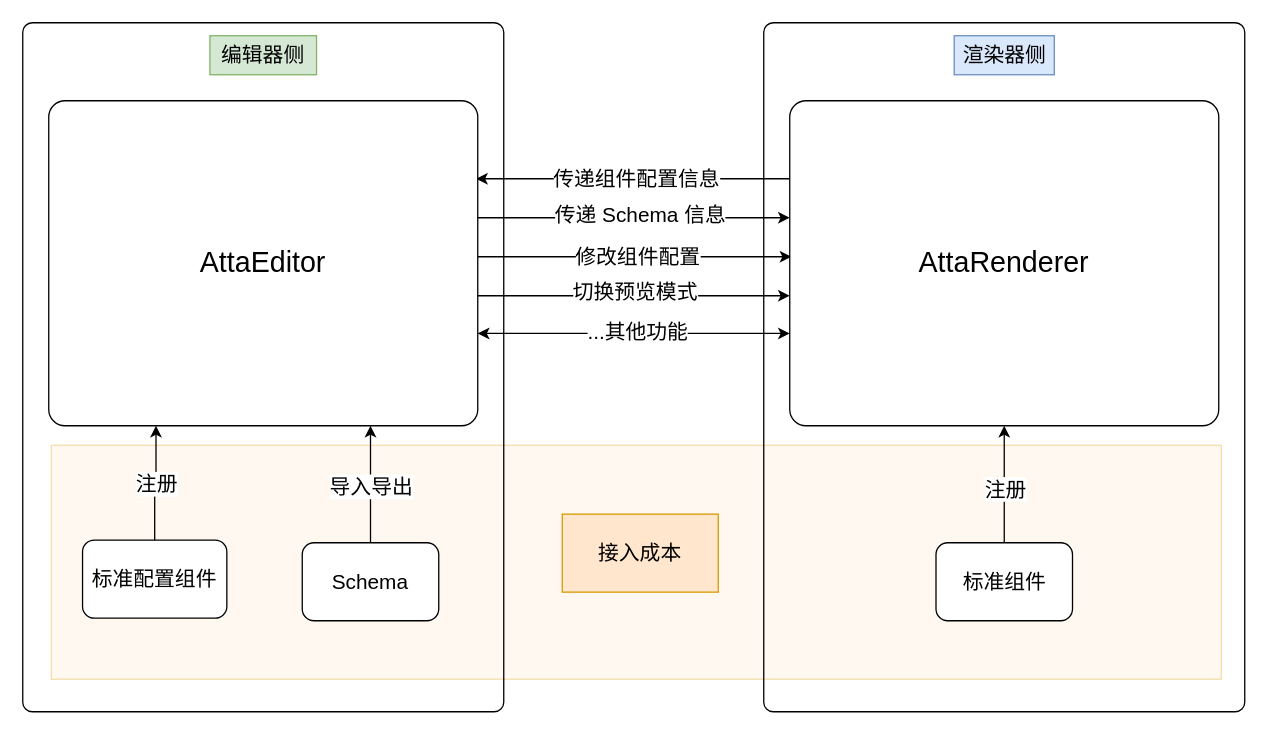
Before: folder/atta-editor.drawio in DLillard0/draw.io, a draw.io diagram. Source tidied: cells renumbered, new cells numbered last; positions are measured from the earlier drawing's top-left corner, leaving out a move shared by most shapes. Both pictures are drawn from the tidied source at 130%, with x=0, y=0 at pixel (22, 22).
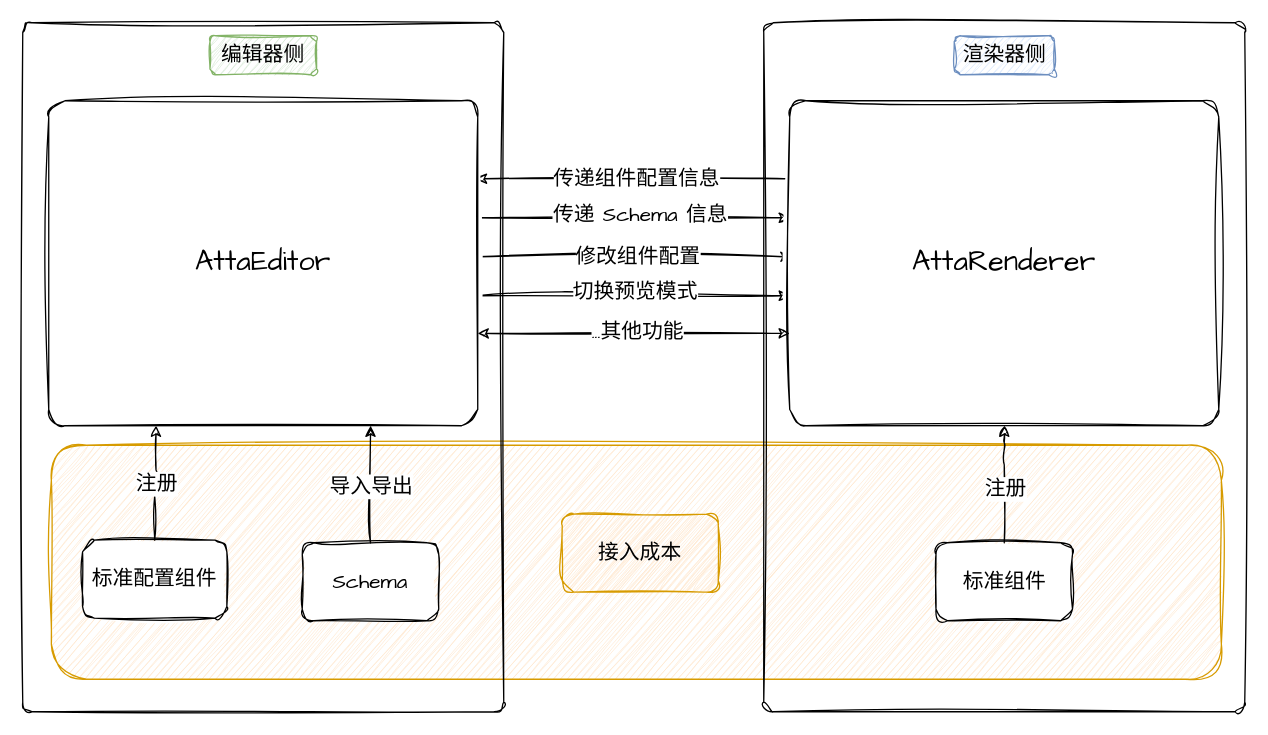
The same page after the edit.

Diff of the diagram source:
```diff
@@
-    <mxCell id="2" style="rounded=0;whiteSpace=wrap;html=1;fillColor=#ffe6cc;fillStyle=auto;strokeColor=#d79b00;opacity=30;shadow=0;" parent="1" vertex="1">
+    <mxCell id="2" style="rounded=1;whiteSpace=wrap;html=1;fillColor=#ffe6cc;fillStyle=auto;strokeColor=#d79b00;shadow=0;sketch=1;curveFitting=1;jiggle=2;fontFamily=Comic Sans MS;" parent="1" vertex="1">
       <mxGeometry x="22" y="325" width="900" height="180" as="geometry" />
     </mxCell>
-    <mxCell id="3" style="rounded=1;whiteSpace=wrap;html=1;arcSize=2;fillColor=none;" parent="1" vertex="1">
+    <mxCell id="3" style="rounded=1;whiteSpace=wrap;html=1;arcSize=2;fillColor=none;sketch=1;curveFitting=1;jiggle=2;fontFamily=Comic Sans MS;" parent="1" vertex="1">
       <mxGeometry width="370" height="530" as="geometry" />
     </mxCell>
-    <mxCell id="4" value="&lt;font style=&quot;font-size: 16px;&quot;&gt;编辑器侧&lt;/font&gt;" style="text;html=1;align=center;verticalAlign=middle;whiteSpace=wrap;rounded=0;fillColor=#d5e8d4;strokeColor=#82b366;" parent="1" vertex="1">
+    <mxCell id="4" value="&lt;font style=&quot;font-size: 16px;&quot;&gt;编辑器侧&lt;/font&gt;" style="text;html=1;align=center;verticalAlign=middle;whiteSpace=wrap;rounded=1;fillColor=#d5e8d4;strokeColor=#82b366;sketch=1;curveFitting=1;jiggle=2;fontFamily=Comic Sans MS;" parent="1" vertex="1">
       <mxGeometry x="144" y="10" width="82" height="30" as="geometry" />
     </mxCell>
-    <mxCell id="5" style="edgeStyle=orthogonalEdgeStyle;rounded=0;orthogonalLoop=1;jettySize=auto;html=1;entryX=0.996;entryY=0.153;entryDx=0;entryDy=0;exitX=0;exitY=0.153;exitDx=0;exitDy=0;exitPerimeter=0;entryPerimeter=0;" parent="1" edge="1">
+    <mxCell id="5" style="edgeStyle=orthogonalEdgeStyle;rounded=1;orthogonalLoop=1;jettySize=auto;html=1;entryX=0.996;entryY=0.153;entryDx=0;entryDy=0;exitX=0;exitY=0.153;exitDx=0;exitDy=0;exitPerimeter=0;entryPerimeter=0;sketch=1;curveFitting=1;jiggle=2;fontFamily=Comic Sans MS;" parent="1" edge="1">
       <mxGeometry relative="1" as="geometry">
         <mxPoint x="590" y="120" as="sourcePoint" />
         <mxPoint x="348.7" y="120" as="targetPoint" />
       </mxGeometry>
     </mxCell>
-    <mxCell id="6" value="传递组件配置信息" style="edgeLabel;html=1;align=center;verticalAlign=middle;fontSize=16;" parent="5" vertex="1">
+    <mxCell id="6" value="传递组件配置信息" style="edgeLabel;html=1;align=center;verticalAlign=middle;fontSize=16;sketch=1;curveFitting=1;jiggle=2;rounded=1;fontFamily=Comic Sans MS;" parent="5" vertex="1">
       <mxGeometry x="-0.01" y="-1" relative="1" as="geometry" />
     </mxCell>
-    <mxCell id="7" style="edgeStyle=orthogonalEdgeStyle;rounded=0;orthogonalLoop=1;jettySize=auto;html=1;entryX=0;entryY=0.48;entryDx=0;entryDy=0;exitX=0.996;exitY=0.343;exitDx=0;exitDy=0;exitPerimeter=0;entryPerimeter=0;" parent="1" edge="1">
+    <mxCell id="7" style="edgeStyle=orthogonalEdgeStyle;rounded=1;orthogonalLoop=1;jettySize=auto;html=1;entryX=0;entryY=0.48;entryDx=0;entryDy=0;exitX=0.996;exitY=0.343;exitDx=0;exitDy=0;exitPerimeter=0;entryPerimeter=0;sketch=1;curveFitting=1;jiggle=2;fontFamily=Comic Sans MS;" parent="1" edge="1">
       <mxGeometry relative="1" as="geometry">
         <mxPoint x="350" y="180" as="sourcePoint" />
         <mxPoint x="591.3" y="180" as="targetPoint" />
       </mxGeometry>
     </mxCell>
-    <mxCell id="8" value="修改组件配置" style="edgeLabel;html=1;align=center;verticalAlign=middle;fontSize=16;" parent="7" vertex="1">
+    <mxCell id="8" value="修改组件配置" style="edgeLabel;html=1;align=center;verticalAlign=middle;fontSize=16;sketch=1;curveFitting=1;jiggle=2;rounded=1;fontFamily=Comic Sans MS;" parent="7" vertex="1">
       <mxGeometry x="0.01" relative="1" as="geometry">
         <mxPoint y="-1" as="offset" />
       </mxGeometry>
     </mxCell>
-    <mxCell id="9" style="edgeStyle=orthogonalEdgeStyle;rounded=0;orthogonalLoop=1;jettySize=auto;html=1;exitX=1;exitY=0.5;exitDx=0;exitDy=0;" parent="1" edge="1">
+    <mxCell id="9" style="edgeStyle=orthogonalEdgeStyle;rounded=1;orthogonalLoop=1;jettySize=auto;html=1;exitX=1;exitY=0.5;exitDx=0;exitDy=0;sketch=1;curveFitting=1;jiggle=2;fontFamily=Comic Sans MS;" parent="1" edge="1">
       <mxGeometry relative="1" as="geometry">
         <mxPoint x="350" y="210" as="sourcePoint" />
         <mxPoint x="590" y="210" as="targetPoint" />
       </mxGeometry>
     </mxCell>
-    <mxCell id="10" value="切换预览模式" style="edgeLabel;html=1;align=center;verticalAlign=middle;fontSize=16;" parent="9" vertex="1">
+    <mxCell id="10" value="切换预览模式" style="edgeLabel;html=1;align=center;verticalAlign=middle;fontSize=16;sketch=1;curveFitting=1;jiggle=2;rounded=1;fontFamily=Comic Sans MS;" parent="9" vertex="1">
       <mxGeometry y="4" relative="1" as="geometry" />
     </mxCell>
-    <mxCell id="11" style="edgeStyle=orthogonalEdgeStyle;rounded=0;orthogonalLoop=1;jettySize=auto;html=1;exitX=1;exitY=0.25;exitDx=0;exitDy=0;entryX=0;entryY=0.25;entryDx=0;entryDy=0;fontSize=15;" parent="1" edge="1">
+    <mxCell id="11" style="edgeStyle=orthogonalEdgeStyle;rounded=1;orthogonalLoop=1;jettySize=auto;html=1;exitX=1;exitY=0.25;exitDx=0;exitDy=0;entryX=0;entryY=0.25;entryDx=0;entryDy=0;fontSize=15;sketch=1;curveFitting=1;jiggle=2;fontFamily=Comic Sans MS;" parent="1" edge="1">
       <mxGeometry relative="1" as="geometry">
         <mxPoint x="350" y="150" as="sourcePoint" />
         <mxPoint x="590" y="150" as="targetPoint" />
       </mxGeometry>
     </mxCell>
-    <mxCell id="12" value="传递 Schema 信息" style="edgeLabel;html=1;align=center;verticalAlign=middle;fontSize=16;" parent="11" vertex="1">
+    <mxCell id="12" value="传递 Schema 信息" style="edgeLabel;html=1;align=center;verticalAlign=middle;fontSize=16;sketch=1;curveFitting=1;jiggle=2;rounded=1;fontFamily=Comic Sans MS;" parent="11" vertex="1">
       <mxGeometry x="0.03" y="3" relative="1" as="geometry" />
     </mxCell>
-    <mxCell id="13" value="&lt;font style=&quot;font-size: 22px;&quot;&gt;AttaEditor&lt;/font&gt;" style="rounded=1;whiteSpace=wrap;html=1;arcSize=5;" parent="1" vertex="1">
+    <mxCell id="13" value="&lt;font style=&quot;font-size: 22px;&quot;&gt;AttaEditor&lt;/font&gt;" style="rounded=1;whiteSpace=wrap;html=1;arcSize=5;sketch=1;curveFitting=1;jiggle=2;fontFamily=Comic Sans MS;" parent="1" vertex="1">
       <mxGeometry x="20" y="60" width="330" height="250" as="geometry" />
     </mxCell>
-    <mxCell id="14" value="&lt;font style=&quot;font-size: 16px;&quot;&gt;标准配置组件&lt;/font&gt;" style="rounded=1;whiteSpace=wrap;html=1;" parent="1" vertex="1">
+    <mxCell id="14" value="&lt;font style=&quot;font-size: 16px;&quot;&gt;标准配置组件&lt;/font&gt;" style="rounded=1;whiteSpace=wrap;html=1;sketch=1;curveFitting=1;jiggle=2;fontFamily=Comic Sans MS;" parent="1" vertex="1">
       <mxGeometry x="46" y="398" width="111" height="60" as="geometry" />
     </mxCell>
-    <mxCell id="15" value="&lt;font style=&quot;font-size: 16px;&quot;&gt;Schema&lt;/font&gt;" style="rounded=1;whiteSpace=wrap;html=1;" parent="1" vertex="1">
+    <mxCell id="15" value="&lt;font style=&quot;font-size: 16px;&quot;&gt;Schema&lt;/font&gt;" style="rounded=1;whiteSpace=wrap;html=1;sketch=1;curveFitting=1;jiggle=2;fontFamily=Comic Sans MS;" parent="1" vertex="1">
       <mxGeometry x="215" y="400" width="105" height="60" as="geometry" />
     </mxCell>
-    <mxCell id="16" style="edgeStyle=orthogonalEdgeStyle;rounded=0;jettySize=auto;html=1;entryX=0.75;entryY=1;entryDx=0;entryDy=0;" parent="1" edge="1" source="15" target="13">
+    <mxCell id="16" style="edgeStyle=orthogonalEdgeStyle;rounded=1;jettySize=auto;html=1;entryX=0.75;entryY=1;entryDx=0;entryDy=0;sketch=1;curveFitting=1;jiggle=2;fontFamily=Comic Sans MS;" parent="1" edge="1" source="15" target="13">
       <mxGeometry relative="1" as="geometry" />
     </mxCell>
-    <mxCell id="17" value="导入导出" style="edgeLabel;html=1;align=center;verticalAlign=middle;fontSize=16;" parent="16" vertex="1">
+    <mxCell id="17" value="导入导出" style="edgeLabel;html=1;align=center;verticalAlign=middle;fontSize=16;sketch=1;curveFitting=1;jiggle=2;rounded=1;fontFamily=Comic Sans MS;" parent="16" vertex="1">
       <mxGeometry x="-0.04" y="-2" relative="1" as="geometry">
         <mxPoint x="-2" y="-1" as="offset" />
       </mxGeometry>
     </mxCell>
-    <mxCell id="18" style="edgeStyle=orthogonalEdgeStyle;rounded=0;jettySize=auto;html=1;strokeColor=default;entryX=0.25;entryY=1;entryDx=0;entryDy=0;" parent="1" edge="1" source="14" target="13">
+    <mxCell id="18" style="edgeStyle=orthogonalEdgeStyle;rounded=1;jettySize=auto;html=1;strokeColor=default;entryX=0.25;entryY=1;entryDx=0;entryDy=0;sketch=1;curveFitting=1;jiggle=2;fontFamily=Comic Sans MS;" parent="1" edge="1" source="14" target="13">
       <mxGeometry relative="1" as="geometry" />
     </mxCell>
-    <mxCell id="19" value="注册" style="edgeLabel;html=1;align=center;verticalAlign=middle;fontSize=16;labelBackgroundColor=default;" parent="18" vertex="1">
+    <mxCell id="19" value="注册" style="edgeLabel;html=1;align=center;verticalAlign=middle;fontSize=16;labelBackgroundColor=default;sketch=1;curveFitting=1;jiggle=2;rounded=1;fontFamily=Comic Sans MS;" parent="18" vertex="1">
       <mxGeometry x="0.09" y="-2" relative="1" as="geometry">
         <mxPoint x="-2" y="4" as="offset" />
       </mxGeometry>
     </mxCell>
-    <mxCell id="20" style="rounded=1;whiteSpace=wrap;html=1;arcSize=2;fillColor=none;" parent="1" vertex="1">
+    <mxCell id="20" style="rounded=1;whiteSpace=wrap;html=1;arcSize=2;fillColor=none;sketch=1;curveFitting=1;jiggle=2;fontFamily=Comic Sans MS;" parent="1" vertex="1">
       <mxGeometry x="570" width="370" height="530" as="geometry" />
     </mxCell>
-    <mxCell id="21" value="&lt;font style=&quot;font-size: 16px;&quot;&gt;渲染器侧&lt;/font&gt;" style="text;html=1;align=center;verticalAlign=middle;whiteSpace=wrap;rounded=0;fillColor=#dae8fc;strokeColor=#6c8ebf;" parent="1" vertex="1">
+    <mxCell id="21" value="&lt;font style=&quot;font-size: 16px;&quot;&gt;渲染器侧&lt;/font&gt;" style="text;html=1;align=center;verticalAlign=middle;whiteSpace=wrap;rounded=1;fillColor=#dae8fc;strokeColor=#6c8ebf;sketch=1;curveFitting=1;jiggle=2;fontFamily=Comic Sans MS;" parent="1" vertex="1">
       <mxGeometry x="716.5" y="10" width="77" height="30" as="geometry" />
     </mxCell>
-    <mxCell id="22" value="&lt;font style=&quot;font-size: 22px;&quot;&gt;AttaRenderer&lt;/font&gt;" style="rounded=1;whiteSpace=wrap;html=1;arcSize=5;" parent="1" vertex="1">
+    <mxCell id="22" value="&lt;font style=&quot;font-size: 22px;&quot;&gt;AttaRenderer&lt;/font&gt;" style="rounded=1;whiteSpace=wrap;html=1;arcSize=5;sketch=1;curveFitting=1;jiggle=2;fontFamily=Comic Sans MS;" parent="1" vertex="1">
       <mxGeometry x="590" y="60" width="330" height="250" as="geometry" />
     </mxCell>
-    <mxCell id="23" value="&lt;font style=&quot;font-size: 16px;&quot;&gt;标准组件&lt;/font&gt;" style="rounded=1;whiteSpace=wrap;html=1;" parent="1" vertex="1">
+    <mxCell id="23" value="&lt;font style=&quot;font-size: 16px;&quot;&gt;标准组件&lt;/font&gt;" style="rounded=1;whiteSpace=wrap;html=1;sketch=1;curveFitting=1;jiggle=2;fontFamily=Comic Sans MS;" parent="1" vertex="1">
       <mxGeometry x="702.5" y="400" width="105" height="60" as="geometry" />
     </mxCell>
-    <mxCell id="24" style="edgeStyle=orthogonalEdgeStyle;rounded=0;jettySize=auto;html=1;strokeColor=default;entryX=0.5;entryY=1;entryDx=0;entryDy=0;" parent="1" edge="1" source="23" target="22">
+    <mxCell id="24" style="edgeStyle=orthogonalEdgeStyle;rounded=1;jettySize=auto;html=1;strokeColor=default;entryX=0.5;entryY=1;entryDx=0;entryDy=0;sketch=1;curveFitting=1;jiggle=2;fontFamily=Comic Sans MS;" parent="1" edge="1" source="23" target="22">
       <mxGeometry relative="1" as="geometry">
         <Array as="points">
           <mxPoint x="755" y="330" />
           <mxPoint x="755" y="330" />
         </Array>
       </mxGeometry>
     </mxCell>
-    <mxCell id="25" value="注册" style="edgeLabel;html=1;align=center;verticalAlign=middle;fontSize=16;" parent="24" vertex="1">
+    <mxCell id="25" value="注册" style="edgeLabel;html=1;align=center;verticalAlign=middle;fontSize=16;sketch=1;curveFitting=1;jiggle=2;rounded=1;fontFamily=Comic Sans MS;" parent="24" vertex="1">
       <mxGeometry x="0.09" y="-2" relative="1" as="geometry">
         <mxPoint x="-2" y="7" as="offset" />
       </mxGeometry>
     </mxCell>
-    <mxCell id="26" style="endArrow=classic;startArrow=classic;html=1;rounded=0;entryX=0;entryY=0.75;entryDx=0;entryDy=0;exitX=1;exitY=0.75;exitDx=0;exitDy=0;" parent="1" edge="1">
+    <mxCell id="26" style="endArrow=classic;startArrow=classic;html=1;rounded=1;entryX=0;entryY=0.75;entryDx=0;entryDy=0;exitX=1;exitY=0.75;exitDx=0;exitDy=0;sketch=1;curveFitting=1;jiggle=2;fontFamily=Comic Sans MS;" parent="1" edge="1">
       <mxGeometry relative="1" as="geometry">
         <mxPoint x="350" y="239" as="sourcePoint" />
         <mxPoint x="590" y="239" as="targetPoint" />
       </mxGeometry>
     </mxCell>
-    <mxCell id="27" value="...其他功能" style="edgeLabel;html=1;align=center;verticalAlign=middle;fontSize=16;" parent="26" vertex="1">
+    <mxCell id="27" value="...其他功能" style="edgeLabel;html=1;align=center;verticalAlign=middle;fontSize=16;sketch=1;curveFitting=1;jiggle=2;rounded=1;fontFamily=Comic Sans MS;" parent="26" vertex="1">
       <mxGeometry x="0.02" y="2" relative="1" as="geometry" />
     </mxCell>
-    <mxCell id="28" value="&lt;font style=&quot;font-size: 16px;&quot;&gt;接入成本&lt;/font&gt;" style="rounded=0;whiteSpace=wrap;html=1;fillColor=#ffe6cc;strokeColor=#d79b00;" parent="1" vertex="1">
+    <mxCell id="28" value="&lt;font style=&quot;font-size: 16px;&quot;&gt;接入成本&lt;/font&gt;" style="rounded=1;whiteSpace=wrap;html=1;fillColor=#ffe6cc;strokeColor=#d79b00;sketch=1;curveFitting=1;jiggle=2;fontFamily=Comic Sans MS;" parent="1" vertex="1">
       <mxGeometry x="415" y="378" width="120" height="60" as="geometry" />
     </mxCell>
```
